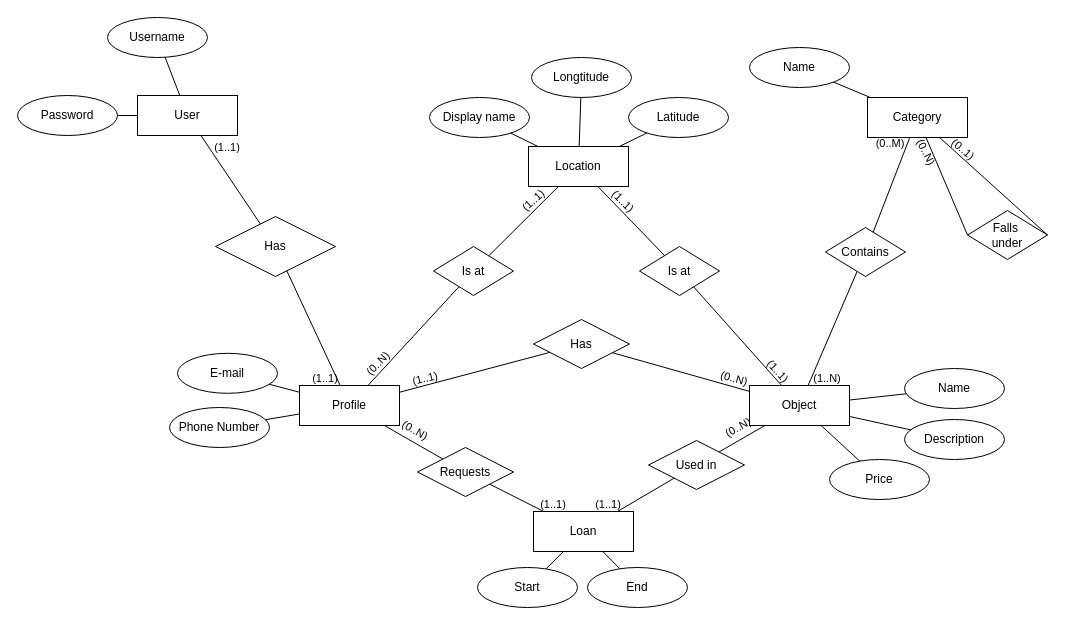
Earlier version of the draw.io diagram page "Conceptueel Model" (1 of 3) of analysis/Modellen.drawio (UCLL-Full-stack/project2425-group1-16). Source tidied: cells renumbered, new cells numbered last; positions are measured from the earlier drawing's top-left corner, leaving out a move shared by most shapes. Both pictures are drawn from the tidied source at 100%, with x=0, y=0 at pixel (17, 17).
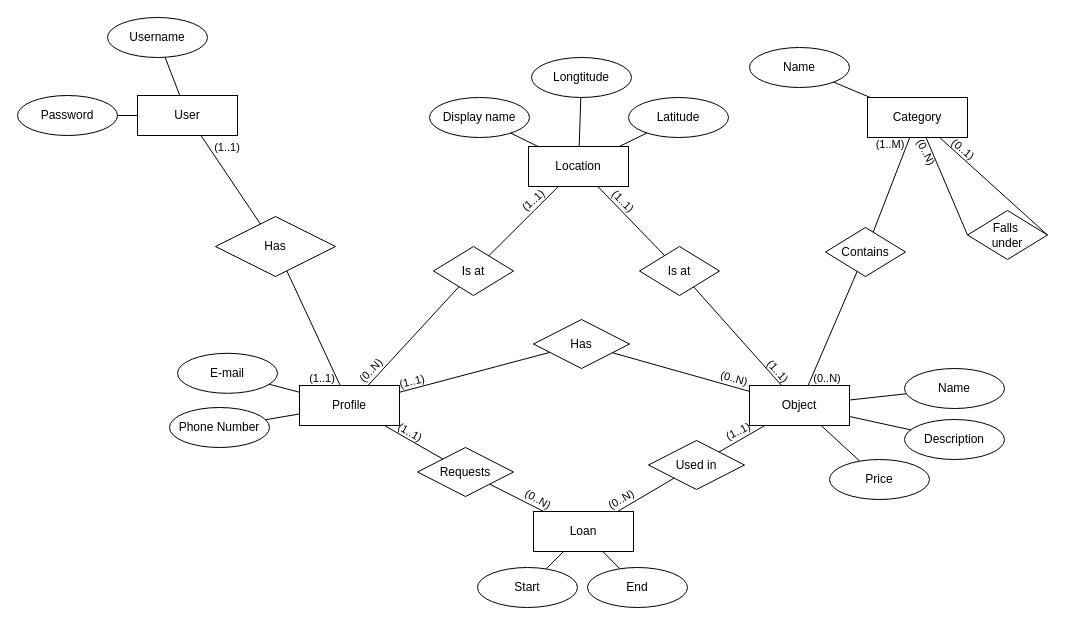
Above is the later version.

Diff of the diagram source:
```diff
@@
     <mxCell id="7" value="&lt;font style=&quot;font-size: 11px;&quot;&gt;(1..1)&lt;/font&gt;" style="text;html=1;align=center;verticalAlign=middle;whiteSpace=wrap;rounded=0;rotation=-14;" parent="1" vertex="1">
-      <mxGeometry x="398" y="351" width="20" height="20" as="geometry" />
+      <mxGeometry x="385" y="354" width="20" height="20" as="geometry" />
     </mxCell>
@@
     <mxCell id="9" value="&lt;font style=&quot;font-size: 11px;&quot;&gt;(0..N)&lt;/font&gt;" style="text;html=1;align=center;verticalAlign=middle;whiteSpace=wrap;rounded=0;rotation=30;" parent="1" vertex="1">
-      <mxGeometry x="388" y="403" width="20" height="20" as="geometry" />
+      <mxGeometry x="511" y="472" width="20" height="20" as="geometry" />
     </mxCell>
     <mxCell id="10" value="&lt;font style=&quot;font-size: 11px;&quot;&gt;(0..N)&lt;/font&gt;" style="text;html=1;align=center;verticalAlign=middle;whiteSpace=wrap;rounded=0;rotation=-30;" parent="1" vertex="1">
-      <mxGeometry x="711" y="400" width="20" height="20" as="geometry" />
+      <mxGeometry x="594" y="472" width="20" height="20" as="geometry" />
     </mxCell>
@@
     <mxCell id="36" value="&lt;font style=&quot;font-size: 11px;&quot;&gt;(1..1)&lt;/font&gt;" style="text;html=1;align=center;verticalAlign=middle;whiteSpace=wrap;rounded=0;rotation=0;" parent="1" vertex="1">
-      <mxGeometry x="298" y="351" width="20" height="20" as="geometry" />
+      <mxGeometry x="295" y="351" width="20" height="20" as="geometry" />
     </mxCell>
@@
     <mxCell id="44" value="&lt;font style=&quot;font-size: 11px;&quot;&gt;(0..N)&lt;/font&gt;" style="text;html=1;align=center;verticalAlign=middle;whiteSpace=wrap;rounded=0;rotation=-46;" parent="1" vertex="1">
-      <mxGeometry x="349.9" y="335.8" width="22" height="21" as="geometry" />
+      <mxGeometry x="342.9" y="342.8" width="22" height="21" as="geometry" />
     </mxCell>
@@
-    <mxCell id="67" value="&lt;font style=&quot;font-size: 11px;&quot;&gt;(1..1)&lt;/font&gt;" style="text;html=1;align=center;verticalAlign=middle;whiteSpace=wrap;rounded=0;rotation=0;" parent="1" vertex="1">
-      <mxGeometry x="526" y="477" width="20" height="20" as="geometry" />
+    <mxCell id="67" value="&lt;font style=&quot;font-size: 11px;&quot;&gt;(1..1)&lt;/font&gt;" style="text;html=1;align=center;verticalAlign=middle;whiteSpace=wrap;rounded=0;rotation=30;" parent="1" vertex="1">
+      <mxGeometry x="383" y="405" width="20" height="20" as="geometry" />
     </mxCell>
-    <mxCell id="68" value="&lt;font style=&quot;font-size: 11px;&quot;&gt;(1..1)&lt;/font&gt;" style="text;html=1;align=center;verticalAlign=middle;whiteSpace=wrap;rounded=0;rotation=0;" parent="1" vertex="1">
-      <mxGeometry x="581" y="477" width="20" height="20" as="geometry" />
+    <mxCell id="68" value="&lt;font style=&quot;font-size: 11px;&quot;&gt;(1..1)&lt;/font&gt;" style="text;html=1;align=center;verticalAlign=middle;whiteSpace=wrap;rounded=0;rotation=-26;" parent="1" vertex="1">
+      <mxGeometry x="711" y="404" width="20" height="20" as="geometry" />
     </mxCell>
-    <mxCell id="69" value="&lt;font style=&quot;font-size: 11px;&quot;&gt;(1..N)&lt;/font&gt;" style="text;html=1;align=center;verticalAlign=middle;whiteSpace=wrap;rounded=0;rotation=0;" parent="1" vertex="1">
-      <mxGeometry x="800" y="351" width="20" height="20" as="geometry" />
+    <mxCell id="69" value="&lt;font style=&quot;font-size: 11px;&quot;&gt;(1..M)&lt;/font&gt;" style="text;html=1;align=center;verticalAlign=middle;whiteSpace=wrap;rounded=0;rotation=0;" parent="1" vertex="1">
+      <mxGeometry x="863" y="117" width="20" height="20" as="geometry" />
     </mxCell>
-    <mxCell id="70" value="&lt;font style=&quot;font-size: 11px;&quot;&gt;(0..M)&lt;/font&gt;" style="text;html=1;align=center;verticalAlign=middle;whiteSpace=wrap;rounded=0;rotation=0;" parent="1" vertex="1">
-      <mxGeometry x="863" y="116" width="20" height="20" as="geometry" />
+    <mxCell id="70" value="&lt;font style=&quot;font-size: 11px;&quot;&gt;(0..N)&lt;/font&gt;" style="text;html=1;align=center;verticalAlign=middle;whiteSpace=wrap;rounded=0;rotation=0;" parent="1" vertex="1">
+      <mxGeometry x="800" y="351" width="20" height="20" as="geometry" />
     </mxCell>
```
